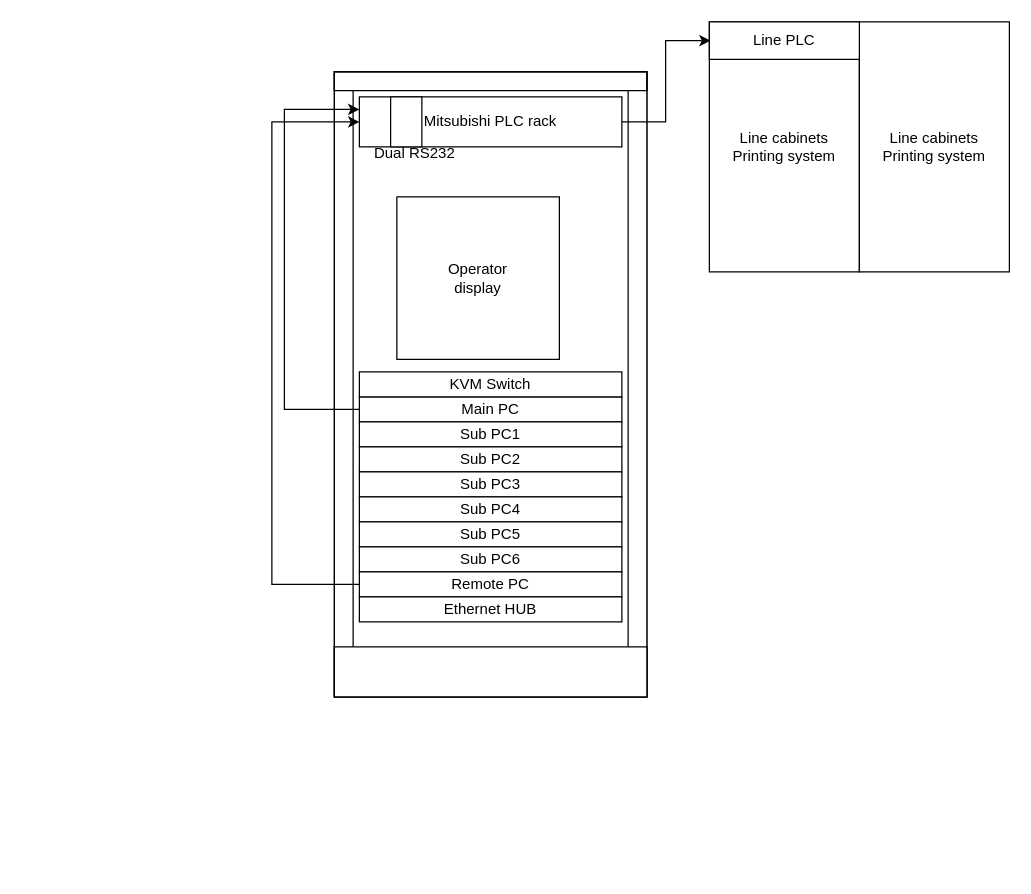
The draw.io diagram GW Inspection.drawio in megavad/Diagrams, before the edit. Source tidied: cells renumbered, new cells numbered last; positions are measured from the earlier drawing's top-left corner, leaving out a move shared by most shapes. Both pictures are drawn from the tidied source at 125%, with x=0, y=0 at pixel (271, 21).
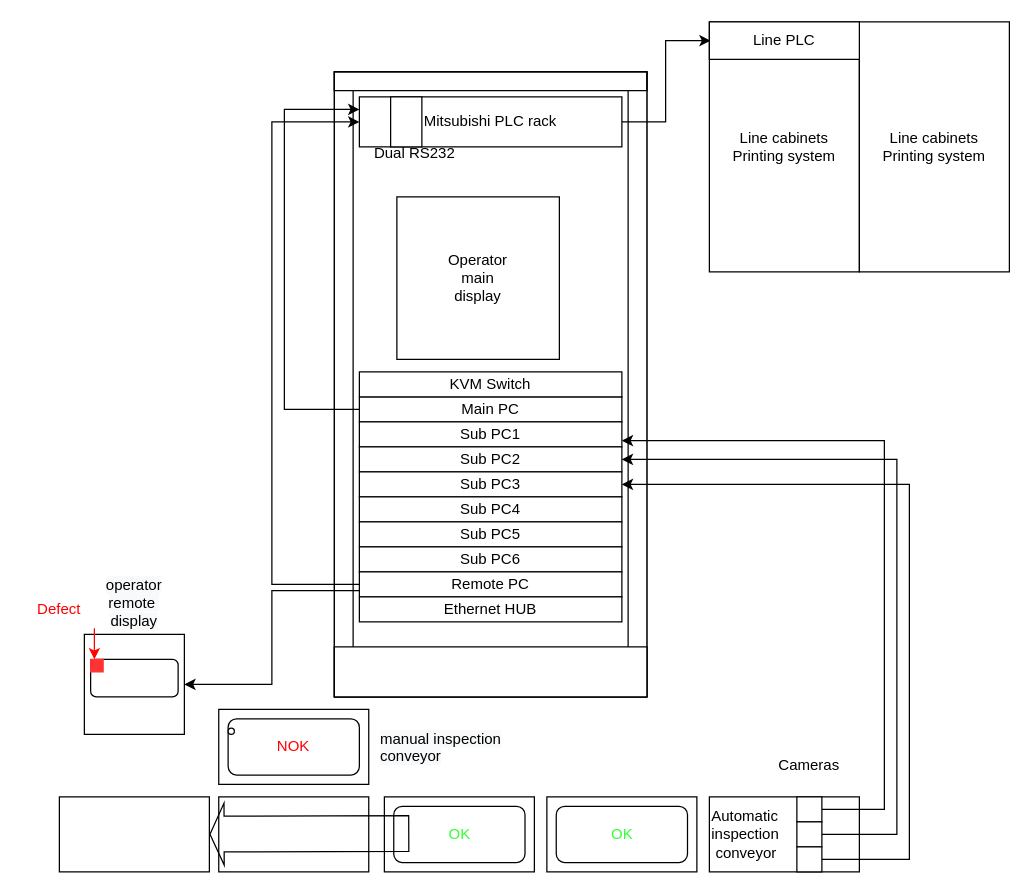
Above is the later version.

The change refers to these unchanged cells:
```xml
<mxCell id="3" style="verticalLabelPosition=bottom;dashed=0;shadow=0;html=1;align=center;verticalAlign=top;shape=mxgraph.cabinets.cabinet;hasStand=1;" parent="1" vertex="1">
  <mxGeometry x="50" y="40" width="250" height="500" as="geometry" />
</mxCell>
<mxCell id="6" value="Sub PC1" style="rounded=0;whiteSpace=wrap;html=1;" parent="1" vertex="1">
  <mxGeometry x="70" y="320" width="210" height="20" as="geometry" />
</mxCell>
<mxCell id="13" value="Remote PC" style="rounded=0;whiteSpace=wrap;html=1;" parent="1" vertex="1">
  <mxGeometry x="70" y="440" width="210" height="20" as="geometry" />
</mxCell>
```

Change to the diagram source:
```diff
@@
+    <mxCell id="24" style="edgeStyle=elbowEdgeStyle;rounded=0;jettySize=auto;html=1;exitX=0;exitY=0.75;exitDx=0;exitDy=0;endArrow=classic;endFill=1;" parent="1" edge="1" source="13" target="38">
+      <mxGeometry relative="1" as="geometry" />
+    </mxCell>
@@
-    <mxCell id="14" value="Operator&lt;br&gt;display" style="whiteSpace=wrap;html=1;" parent="1" vertex="1">
+    <mxCell id="14" value="Operator&lt;br&gt;main&lt;br&gt;display" style="whiteSpace=wrap;html=1;" parent="1" vertex="1">
       <mxGeometry x="100" y="140" width="130" height="130" as="geometry" />
     </mxCell>
@@
+    <mxCell id="25" value="&lt;div style=&quot;&quot;&gt;Automatic&amp;nbsp;&lt;/div&gt;&lt;div style=&quot;&quot;&gt;&lt;div style=&quot;&quot;&gt;&lt;div style=&quot;&quot;&gt;inspection&lt;/div&gt;&lt;/div&gt;&lt;/div&gt;&amp;nbsp;conveyor" style="rounded=0;whiteSpace=wrap;html=1;align=left;" parent="1" vertex="1">
+      <mxGeometry x="350" y="620" width="120" height="60" as="geometry" />
+    </mxCell>
+    <mxCell id="26" style="rounded=0;whiteSpace=wrap;html=1;" parent="1" vertex="1">
+      <mxGeometry x="220" y="620" width="120" height="60" as="geometry" />
+    </mxCell>
+    <mxCell id="27" style="rounded=0;whiteSpace=wrap;html=1;" parent="1" vertex="1">
+      <mxGeometry x="90" y="620" width="120" height="60" as="geometry" />
+    </mxCell>
+    <mxCell id="28" style="rounded=0;whiteSpace=wrap;html=1;" parent="1" vertex="1">
+      <mxGeometry x="-42.5" y="620" width="120" height="60" as="geometry" />
+    </mxCell>
+    <mxCell id="29" style="rounded=0;whiteSpace=wrap;html=1;" parent="1" vertex="1">
+      <mxGeometry x="-42.5" y="550" width="120" height="60" as="geometry" />
+    </mxCell>
+    <mxCell id="30" style="rounded=0;whiteSpace=wrap;html=1;" parent="1" vertex="1">
+      <mxGeometry x="-170" y="620" width="120" height="60" as="geometry" />
+    </mxCell>
+    <mxCell id="31" style="edgeStyle=elbowEdgeStyle;rounded=0;jettySize=auto;html=1;entryX=1;entryY=0.75;entryDx=0;entryDy=0;endArrow=classic;endFill=1;" parent="1" edge="1" source="32" target="6">
+      <mxGeometry relative="1" as="geometry">
+        <Array as="points">
+          <mxPoint x="490" y="490" />
+        </Array>
+      </mxGeometry>
+    </mxCell>
+    <mxCell id="32" style="rounded=0;whiteSpace=wrap;html=1;" parent="1" vertex="1">
+      <mxGeometry x="420" y="620" width="20" height="20" as="geometry" />
+    </mxCell>
+    <mxCell id="33" style="edgeStyle=elbowEdgeStyle;rounded=0;jettySize=auto;html=1;entryX=0.92;entryY=0.62;entryDx=0;entryDy=0;entryPerimeter=0;endArrow=classic;endFill=1;" parent="1" edge="1" source="34" target="3">
+      <mxGeometry relative="1" as="geometry">
+        <Array as="points">
+          <mxPoint x="500" y="500" />
+        </Array>
+      </mxGeometry>
+    </mxCell>
+    <mxCell id="34" style="rounded=0;whiteSpace=wrap;html=1;" parent="1" vertex="1">
+      <mxGeometry x="420" y="640" width="20" height="20" as="geometry" />
+    </mxCell>
+    <mxCell id="35" style="edgeStyle=elbowEdgeStyle;rounded=0;jettySize=auto;html=1;entryX=0.92;entryY=0.66;entryDx=0;entryDy=0;entryPerimeter=0;endArrow=classic;endFill=1;" parent="1" edge="1" source="36" target="3">
+      <mxGeometry relative="1" as="geometry">
+        <Array as="points">
+          <mxPoint x="510" y="490" />
+        </Array>
+      </mxGeometry>
+    </mxCell>
+    <mxCell id="36" style="rounded=0;whiteSpace=wrap;html=1;" parent="1" vertex="1">
+      <mxGeometry x="420" y="660" width="20" height="20" as="geometry" />
+    </mxCell>
+    <mxCell id="37" value="Cameras" style="text;html=1;strokeColor=none;fillColor=none;align=center;verticalAlign=middle;whiteSpace=wrap;rounded=0;" parent="1" vertex="1">
+      <mxGeometry x="400" y="580" width="60" height="30" as="geometry" />
+    </mxCell>
+    <mxCell id="38" style="whiteSpace=wrap;html=1;" parent="1" vertex="1">
+      <mxGeometry x="-150" y="490" width="80" height="80" as="geometry" />
+    </mxCell>
+    <mxCell id="39" value="&lt;span style=&quot;caret-color: rgb(0, 0, 0); color: rgb(0, 0, 0); font-family: Helvetica; font-size: 12px; font-style: normal; font-variant-caps: normal; font-weight: normal; letter-spacing: normal; text-align: center; text-indent: 0px; text-transform: none; word-spacing: 0px; -webkit-text-stroke-width: 0px; background-color: rgb(248, 249, 250); text-decoration: none; float: none; display: inline !important;&quot;&gt;operator remote&lt;span class=&quot;Apple-converted-space&quot;&gt;&amp;nbsp;&lt;/span&gt;&lt;/span&gt;&lt;br style=&quot;caret-color: rgb(0, 0, 0); color: rgb(0, 0, 0); font-family: Helvetica; font-size: 12px; font-style: normal; font-variant-caps: normal; font-weight: normal; letter-spacing: normal; text-align: center; text-indent: 0px; text-transform: none; word-spacing: 0px; -webkit-text-stroke-width: 0px; text-decoration: none;&quot;&gt;&lt;span style=&quot;caret-color: rgb(0, 0, 0); color: rgb(0, 0, 0); font-family: Helvetica; font-size: 12px; font-style: normal; font-variant-caps: normal; font-weight: normal; letter-spacing: normal; text-align: center; text-indent: 0px; text-transform: none; word-spacing: 0px; -webkit-text-stroke-width: 0px; background-color: rgb(248, 249, 250); text-decoration: none; float: none; display: inline !important;&quot;&gt;display&lt;/span&gt;" style="text;html=1;strokeColor=none;fillColor=none;align=center;verticalAlign=middle;whiteSpace=wrap;rounded=0;" parent="1" vertex="1">
+      <mxGeometry x="-140" y="450" width="60" height="30" as="geometry" />
+    </mxCell>
+    <mxCell id="40" style="rounded=1;whiteSpace=wrap;html=1;" parent="1" vertex="1">
+      <mxGeometry x="-145" y="510" width="70" height="30" as="geometry" />
+    </mxCell>
+    <mxCell id="41" style="rounded=0;whiteSpace=wrap;html=1;strokeColor=#FF3333;fillColor=#FF3333;" parent="1" vertex="1">
+      <mxGeometry x="-145" y="510" width="10" height="10" as="geometry" />
+    </mxCell>
+    <mxCell id="42" style="edgeStyle=elbowEdgeStyle;rounded=0;jettySize=auto;html=1;entryX=0.25;entryY=0;entryDx=0;entryDy=0;endArrow=classic;endFill=1;strokeColor=#FF0000;" parent="1" edge="1" source="43" target="41">
+      <mxGeometry relative="1" as="geometry" />
+    </mxCell>
+    <mxCell id="43" value="&lt;font color=&quot;#ff0000&quot;&gt;Defect&lt;/font&gt;" style="text;html=1;strokeColor=none;fillColor=none;align=center;verticalAlign=middle;whiteSpace=wrap;rounded=0;" parent="1" vertex="1">
+      <mxGeometry x="-200" y="455" width="60" height="30" as="geometry" />
+    </mxCell>
+    <mxCell id="44" value="&lt;span style=&quot;caret-color: rgb(0, 0, 0); color: rgb(0, 0, 0); font-family: Helvetica; font-size: 12px; font-style: normal; font-variant-caps: normal; font-weight: normal; letter-spacing: normal; text-align: center; text-indent: 0px; text-transform: none; word-spacing: 0px; -webkit-text-stroke-width: 0px; background-color: rgb(248, 249, 250); text-decoration: none; float: none; display: inline !important;&quot;&gt;manual inspection&lt;/span&gt;&lt;br style=&quot;caret-color: rgb(0, 0, 0); color: rgb(0, 0, 0); font-family: Helvetica; font-size: 12px; font-style: normal; font-variant-caps: normal; font-weight: normal; letter-spacing: normal; text-align: center; text-indent: 0px; text-transform: none; word-spacing: 0px; -webkit-text-stroke-width: 0px; text-decoration: none;&quot;&gt;&lt;span style=&quot;caret-color: rgb(0, 0, 0); color: rgb(0, 0, 0); font-family: Helvetica; font-size: 12px; font-style: normal; font-variant-caps: normal; font-weight: normal; letter-spacing: normal; text-align: center; text-indent: 0px; text-transform: none; word-spacing: 0px; -webkit-text-stroke-width: 0px; background-color: rgb(248, 249, 250); text-decoration: none; float: none; display: inline !important;&quot;&gt;conveyor&lt;/span&gt;" style="text;whiteSpace=wrap;html=1;fontColor=#FF0000;" parent="1" vertex="1">
+      <mxGeometry x="85" y="560" width="130" height="50" as="geometry" />
+    </mxCell>
+    <mxCell id="45" value="NOK" style="rounded=1;whiteSpace=wrap;html=1;fontColor=#FF0000;strokeColor=#000000;fillColor=#FFFFFF;" parent="1" vertex="1">
+      <mxGeometry x="-35" y="557.5" width="105" height="45" as="geometry" />
+    </mxCell>
+    <mxCell id="46" value="&lt;font color=&quot;#33ff33&quot;&gt;OK&lt;/font&gt;" style="rounded=1;whiteSpace=wrap;html=1;fontColor=#FF0000;strokeColor=#000000;fillColor=#FFFFFF;" parent="1" vertex="1">
+      <mxGeometry x="97.5" y="627.5" width="105" height="45" as="geometry" />
+    </mxCell>
+    <mxCell id="47" value="&lt;font color=&quot;#33ff33&quot;&gt;OK&lt;/font&gt;" style="rounded=1;whiteSpace=wrap;html=1;fontColor=#FF0000;strokeColor=#000000;fillColor=#FFFFFF;" parent="1" vertex="1">
+      <mxGeometry x="227.5" y="627.5" width="105" height="45" as="geometry" />
+    </mxCell>
+    <mxCell id="48" style="ellipse;whiteSpace=wrap;html=1;fontColor=#FF0000;strokeColor=#000000;fillColor=#FFFFFF;" parent="1" vertex="1">
+      <mxGeometry x="-35" y="565" width="5" height="5" as="geometry" />
+    </mxCell>
+    <mxCell id="49" style="shape=flexArrow;endArrow=classic;html=1;rounded=0;fontColor=#FF0000;strokeColor=#000000;width=28.571428571428573;endSize=3.428571428571429;" parent="1" edge="1" target="30">
+      <mxGeometry relative="1" as="geometry">
+        <mxPoint x="110" y="649.3" as="sourcePoint" />
+      </mxGeometry>
+    </mxCell>
```
